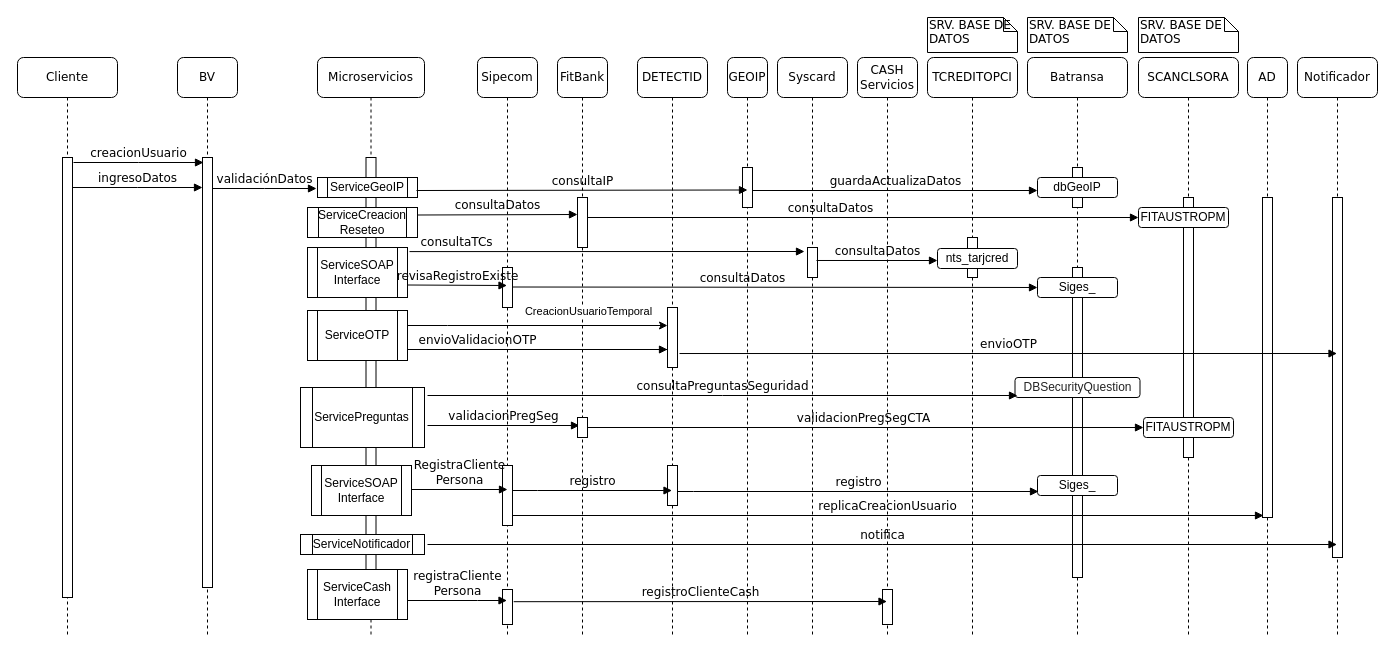
The draw.io diagram page "DiagramaSeqCreacion ONLY FIT" (4 of 12) of CreateUsrBVDiagram.drawio in davidguillermofg/Diagrams, before the edit. Source tidied: cells renumbered, new cells numbered last; positions are measured from the earlier drawing's top-left corner, leaving out a move shared by most shapes. Both pictures are drawn from the tidied source at 100%, with x=0, y=0 at pixel (17, 17).
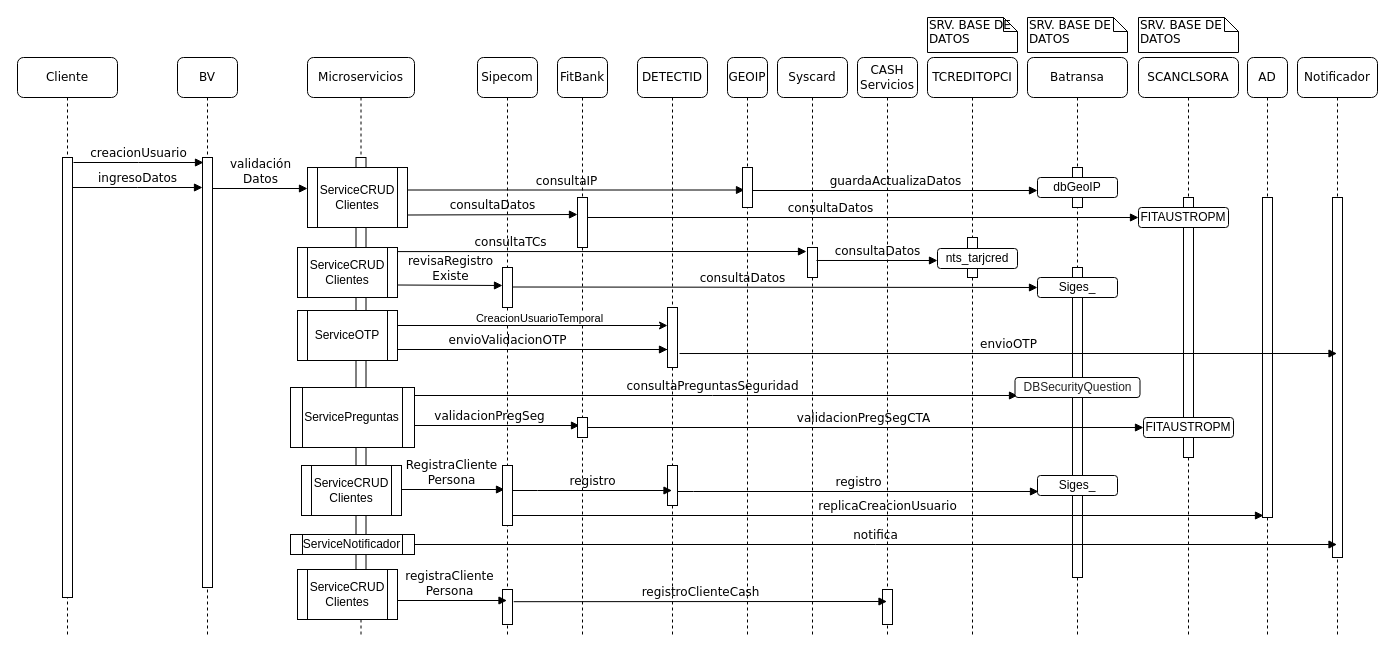
The same diagram, later.

The change refers to these unchanged cells:
```xml
<mxCell id="3" style="html=1;points=[];perimeter=orthogonalPerimeter;rounded=0;shadow=0;comic=0;labelBackgroundColor=none;strokeWidth=1;fontFamily=Verdana;fontSize=12;align=center;" parent="2" vertex="1">
  <mxGeometry x="25" y="100" width="10" height="430" as="geometry" />
</mxCell>
<mxCell id="9" value="ServiceOTP" style="shape=process;whiteSpace=wrap;html=1;backgroundOutline=1;" parent="4" vertex="1">
  <mxGeometry x="-10" y="253" width="100" height="50" as="geometry" />
</mxCell>
<mxCell id="12" style="html=1;points=[];perimeter=orthogonalPerimeter;rounded=0;shadow=0;comic=0;labelBackgroundColor=none;strokeWidth=1;fontFamily=Verdana;fontSize=12;align=center;" parent="11" vertex="1">
  <mxGeometry x="25" y="210" width="10" height="40" as="geometry" />
</mxCell>
<mxCell id="45" style="html=1;points=[];perimeter=orthogonalPerimeter;rounded=0;shadow=0;comic=0;labelBackgroundColor=none;strokeWidth=1;fontFamily=Verdana;fontSize=12;align=center;" parent="44" vertex="1">
  <mxGeometry x="30" y="190" width="10" height="30" as="geometry" />
</mxCell>
```

Diff of the diagram source:
```diff
@@
+    <mxCell id="47" value="consultaIP" style="html=1;verticalAlign=bottom;endArrow=block;labelBackgroundColor=none;fontFamily=Verdana;fontSize=12;edgeStyle=elbowEdgeStyle;elbow=vertical;rounded=0;exitX=0.99;exitY=0.65;exitDx=0;exitDy=0;exitPerimeter=0;" parent="1" edge="1">
+      <mxGeometry relative="1" as="geometry">
+        <mxPoint x="386" y="189" as="sourcePoint" />
+        <mxPoint x="727" y="173" as="targetPoint" />
+        <Array as="points">
+          <mxPoint x="357" y="172.5" />
+        </Array>
+      </mxGeometry>
+    </mxCell>
+    <mxCell id="72" value="RegistraCliente&lt;br&gt;Persona" style="html=1;verticalAlign=bottom;endArrow=block;labelBackgroundColor=none;fontFamily=Verdana;fontSize=12;edgeStyle=elbowEdgeStyle;elbow=vertical;rounded=0;exitX=1;exitY=0.5;exitDx=0;exitDy=0;" parent="1" edge="1">
+      <mxGeometry relative="1" as="geometry">
+        <mxPoint x="381" y="473" as="sourcePoint" />
+        <mxPoint x="487" y="472" as="targetPoint" />
+        <Array as="points">
+          <mxPoint x="397" y="472" />
+        </Array>
+      </mxGeometry>
+    </mxCell>
+    <mxCell id="59" value="validacionPregSeg" style="html=1;verticalAlign=bottom;endArrow=block;labelBackgroundColor=none;fontFamily=Verdana;fontSize=12;edgeStyle=elbowEdgeStyle;elbow=vertical;rounded=0;entryX=0.2;entryY=0.22;entryDx=0;entryDy=0;entryPerimeter=0;" parent="1" edge="1">
+      <mxGeometry relative="1" as="geometry">
+        <mxPoint x="390" y="400" as="sourcePoint" />
+        <mxPoint x="562" y="408.4" as="targetPoint" />
+        <Array as="points">
+          <mxPoint x="490" y="408" />
+        </Array>
+      </mxGeometry>
+    </mxCell>
+    <mxCell id="55" value="consultaPreguntasSeguridad" style="html=1;verticalAlign=bottom;endArrow=block;labelBackgroundColor=none;fontFamily=Verdana;fontSize=12;edgeStyle=elbowEdgeStyle;elbow=vertical;rounded=0;" parent="1" edge="1">
+      <mxGeometry relative="1" as="geometry">
+        <mxPoint x="390" y="378" as="sourcePoint" />
+        <mxPoint x="1000" y="378" as="targetPoint" />
+      </mxGeometry>
+    </mxCell>
+    <mxCell id="33" value="envioValidacionOTP" style="html=1;verticalAlign=bottom;endArrow=block;labelBackgroundColor=none;fontFamily=Verdana;fontSize=12;edgeStyle=elbowEdgeStyle;elbow=vertical;rounded=0;startArrow=none;" parent="1" edge="1">
+      <mxGeometry x="0.43" relative="1" as="geometry">
+        <mxPoint x="650" y="332" as="sourcePoint" />
+        <mxPoint x="650" y="332" as="targetPoint" />
+        <Array as="points">
+          <mxPoint x="370" y="332" />
+          <mxPoint x="560" y="342" />
+        </Array>
+      </mxGeometry>
+    </mxCell>
@@
     <mxCell id="4" value="Microservicios" style="shape=umlLifeline;perimeter=lifelinePerimeter;whiteSpace=wrap;html=1;rounded=1;shadow=0;comic=0;labelBackgroundColor=none;strokeWidth=1;fontFamily=Verdana;fontSize=12;align=center;" parent="1" vertex="1">
-      <mxGeometry x="300" y="40" width="107" height="580" as="geometry" />
+      <mxGeometry x="290" y="40" width="107" height="580" as="geometry" />
     </mxCell>
@@
-    <mxCell id="6" value="ServiceCreacion&lt;br&gt;Reseteo" style="shape=process;whiteSpace=wrap;html=1;backgroundOutline=1;" parent="4" vertex="1">
-      <mxGeometry x="-10" y="150" width="110" height="30" as="geometry" />
-    </mxCell>
-    <mxCell id="7" value="&lt;span&gt;ServiceGeoIP&lt;/span&gt;" style="shape=process;whiteSpace=wrap;html=1;backgroundOutline=1;" parent="4" vertex="1">
-      <mxGeometry y="120" width="100" height="20" as="geometry" />
+    <mxCell id="7" value="ServiceCRUD&lt;br&gt;Clientes" style="shape=process;whiteSpace=wrap;html=1;backgroundOutline=1;" parent="4" vertex="1">
+      <mxGeometry y="110" width="100" height="60" as="geometry" />
     </mxCell>
-    <mxCell id="8" value="ServiceSOAP&lt;br&gt;Interface" style="shape=process;whiteSpace=wrap;html=1;backgroundOutline=1;" parent="4" vertex="1">
+    <mxCell id="8" value="ServiceCRUD&lt;br&gt;Clientes" style="shape=process;whiteSpace=wrap;html=1;backgroundOutline=1;" parent="4" vertex="1">
       <mxGeometry x="-10" y="190" width="100" height="50" as="geometry" />
     </mxCell>
@@
-    <mxCell id="23" value="validaciónDatos" style="html=1;verticalAlign=bottom;endArrow=block;labelBackgroundColor=none;fontFamily=Verdana;fontSize=12;edgeStyle=elbowEdgeStyle;elbow=vertical;rounded=0;" parent="1" edge="1" source="3">
+    <mxCell id="23" value="validación&lt;br&gt;Datos" style="html=1;verticalAlign=bottom;endArrow=block;labelBackgroundColor=none;fontFamily=Verdana;fontSize=12;edgeStyle=elbowEdgeStyle;elbow=vertical;rounded=0;" parent="1" edge="1" source="3">
       <mxGeometry relative="1" as="geometry">
-        <mxPoint x="299" y="171" as="targetPoint" />
+        <mxPoint x="290" y="171" as="targetPoint" />
       </mxGeometry>
     </mxCell>
@@
-    <mxCell id="26" value="revisaRegistroExiste" style="html=1;verticalAlign=bottom;endArrow=block;labelBackgroundColor=none;fontFamily=Verdana;fontSize=12;edgeStyle=elbowEdgeStyle;elbow=vertical;rounded=0;exitX=1;exitY=0.75;exitDx=0;exitDy=0;" parent="1" edge="1">
+    <mxCell id="26" value="revisaRegistro&lt;br&gt;Existe" style="html=1;verticalAlign=bottom;endArrow=block;labelBackgroundColor=none;fontFamily=Verdana;fontSize=12;edgeStyle=elbowEdgeStyle;elbow=vertical;rounded=0;exitX=1;exitY=0.75;exitDx=0;exitDy=0;" parent="1" edge="1" target="12">
       <mxGeometry relative="1" as="geometry">
-        <mxPoint x="390" y="267.5" as="sourcePoint" />
-        <mxPoint x="489.5" y="268" as="targetPoint" />
+        <mxPoint x="380" y="267.5" as="sourcePoint" />
+        <Array as="points">
+          <mxPoint x="350" y="268" />
+        </Array>
       </mxGeometry>
     </mxCell>
@@
-    <mxCell id="33" value="envioValidacionOTP" style="html=1;verticalAlign=bottom;endArrow=block;labelBackgroundColor=none;fontFamily=Verdana;fontSize=12;edgeStyle=elbowEdgeStyle;elbow=vertical;rounded=0;startArrow=none;" parent="1" edge="1">
-      <mxGeometry x="0.27" relative="1" as="geometry">
-        <mxPoint x="650" y="332" as="sourcePoint" />
-        <mxPoint x="650" y="332" as="targetPoint" />
-        <Array as="points">
-          <mxPoint x="390" y="332" />
-          <mxPoint x="560" y="342" />
-        </Array>
-      </mxGeometry>
-    </mxCell>
@@
-    <mxCell id="47" value="consultaIP" style="html=1;verticalAlign=bottom;endArrow=block;labelBackgroundColor=none;fontFamily=Verdana;fontSize=12;edgeStyle=elbowEdgeStyle;elbow=vertical;rounded=0;exitX=0.99;exitY=0.65;exitDx=0;exitDy=0;exitPerimeter=0;" parent="1" edge="1" source="7">
-      <mxGeometry relative="1" as="geometry">
-        <mxPoint x="730" y="173" as="targetPoint" />
-        <Array as="points">
-          <mxPoint x="360" y="172.5" />
-        </Array>
-      </mxGeometry>
-    </mxCell>
-    <mxCell id="48" value="consultaDatos" style="html=1;verticalAlign=bottom;endArrow=block;labelBackgroundColor=none;fontFamily=Verdana;fontSize=12;edgeStyle=elbowEdgeStyle;elbow=vertical;rounded=0;exitX=1;exitY=0.25;exitDx=0;exitDy=0;" parent="1" edge="1" source="6">
+    <mxCell id="48" value="consultaDatos" style="html=1;verticalAlign=bottom;endArrow=block;labelBackgroundColor=none;fontFamily=Verdana;fontSize=12;edgeStyle=elbowEdgeStyle;elbow=vertical;rounded=0;exitX=1;exitY=0.25;exitDx=0;exitDy=0;" parent="1" edge="1">
       <mxGeometry relative="1" as="geometry">
+        <mxPoint x="390" y="197.5" as="sourcePoint" />
         <mxPoint x="560" y="197" as="targetPoint" />
       </mxGeometry>
     </mxCell>
-    <mxCell id="49" value="consultaTCs" style="html=1;verticalAlign=bottom;endArrow=block;labelBackgroundColor=none;fontFamily=Verdana;fontSize=12;edgeStyle=elbowEdgeStyle;elbow=vertical;rounded=0;exitX=1;exitY=0.129;exitDx=0;exitDy=0;exitPerimeter=0;" parent="1" edge="1">
-      <mxGeometry x="-0.76" relative="1" as="geometry">
-        <mxPoint x="392" y="234.1" as="sourcePoint" />
-        <mxPoint x="787" y="234" as="targetPoint" />
+    <mxCell id="49" value="consultaTCs" style="html=1;verticalAlign=bottom;endArrow=block;labelBackgroundColor=none;fontFamily=Verdana;fontSize=12;edgeStyle=elbowEdgeStyle;elbow=vertical;rounded=0;exitX=1;exitY=0.129;exitDx=0;exitDy=0;exitPerimeter=0;entryX=-0.1;entryY=0.133;entryDx=0;entryDy=0;entryPerimeter=0;" parent="1" edge="1" target="45">
+      <mxGeometry x="-0.45" relative="1" as="geometry">
+        <mxPoint x="380" y="234.1" as="sourcePoint" />
         <Array as="points">
-          <mxPoint x="355" y="234" />
+          <mxPoint x="338" y="234" />
         </Array>
       </mxGeometry>
     </mxCell>
@@
-    <mxCell id="55" value="consultaPreguntasSeguridad" style="html=1;verticalAlign=bottom;endArrow=block;labelBackgroundColor=none;fontFamily=Verdana;fontSize=12;edgeStyle=elbowEdgeStyle;elbow=vertical;rounded=0;" parent="1" edge="1">
-      <mxGeometry relative="1" as="geometry">
-        <mxPoint x="410" y="378" as="sourcePoint" />
-        <mxPoint x="1000" y="378" as="targetPoint" />
-      </mxGeometry>
-    </mxCell>
-    <mxCell id="56" style="html=1;verticalAlign=bottom;endArrow=classic;labelBackgroundColor=none;fontFamily=Verdana;fontSize=12;edgeStyle=elbowEdgeStyle;elbow=vertical;rounded=0;startArrow=none;startFill=0;endFill=1;" parent="1" edge="1">
+    <mxCell id="56" style="html=1;verticalAlign=bottom;endArrow=classic;labelBackgroundColor=none;fontFamily=Verdana;fontSize=12;edgeStyle=elbowEdgeStyle;elbow=vertical;rounded=0;startArrow=none;startFill=0;endFill=1;exitX=1;exitY=0.25;exitDx=0;exitDy=0;" parent="1" edge="1" source="9">
       <mxGeometry relative="1" as="geometry">
-        <mxPoint x="390" y="308" as="sourcePoint" />
         <mxPoint x="650" y="308" as="targetPoint" />
         <Array as="points">
           <mxPoint x="430" y="308" />
           <mxPoint x="500" y="302" />
         </Array>
       </mxGeometry>
     </mxCell>
     <mxCell id="57" value="CreacionUsuarioTemporal" style="edgeLabel;html=1;align=center;verticalAlign=middle;" parent="56" vertex="1">
       <mxGeometry x="-0.26" y="3" relative="1" as="geometry">
-        <mxPoint x="84" y="-12" as="offset" />
+        <mxPoint x="43" y="-5" as="offset" />
       </mxGeometry>
     </mxCell>
@@
-    <mxCell id="59" value="validacionPregSeg" style="html=1;verticalAlign=bottom;endArrow=block;labelBackgroundColor=none;fontFamily=Verdana;fontSize=12;edgeStyle=elbowEdgeStyle;elbow=vertical;rounded=0;entryX=0.2;entryY=0.22;entryDx=0;entryDy=0;entryPerimeter=0;" parent="1" edge="1">
-      <mxGeometry relative="1" as="geometry">
-        <mxPoint x="410" y="408" as="sourcePoint" />
-        <mxPoint x="562" y="408.4" as="targetPoint" />
-        <Array as="points">
-          <mxPoint x="490" y="408" />
-        </Array>
-      </mxGeometry>
-    </mxCell>
@@
-    <mxCell id="61" value="ServiceCash&lt;br&gt;Interface" style="shape=process;whiteSpace=wrap;html=1;backgroundOutline=1;" parent="1" vertex="1">
-      <mxGeometry x="290" y="552" width="100" height="50" as="geometry" />
+    <mxCell id="61" value="ServiceCRUD&lt;br&gt;Clientes" style="shape=process;whiteSpace=wrap;html=1;backgroundOutline=1;" parent="1" vertex="1">
+      <mxGeometry x="280" y="552" width="100" height="50" as="geometry" />
     </mxCell>
@@
-    <mxCell id="64" value="registraCliente&lt;br&gt;Persona" style="html=1;verticalAlign=bottom;endArrow=block;labelBackgroundColor=none;fontFamily=Verdana;fontSize=12;edgeStyle=elbowEdgeStyle;elbow=vertical;rounded=0;" parent="1" edge="1">
+    <mxCell id="64" value="registraCliente&lt;br&gt;Persona" style="html=1;verticalAlign=bottom;endArrow=block;labelBackgroundColor=none;fontFamily=Verdana;fontSize=12;edgeStyle=elbowEdgeStyle;elbow=vertical;rounded=0;exitX=1;exitY=0.5;exitDx=0;exitDy=0;" parent="1" edge="1" source="61">
       <mxGeometry relative="1" as="geometry">
-        <mxPoint x="390" y="583" as="sourcePoint" />
         <mxPoint x="489.5" y="583" as="targetPoint" />
         <Array as="points">
           <mxPoint x="460" y="583" />
         </Array>
       </mxGeometry>
     </mxCell>
@@
     <mxCell id="66" value="ServiceNotificador" style="shape=process;whiteSpace=wrap;html=1;backgroundOutline=1;" parent="1" vertex="1">
-      <mxGeometry x="283" y="517" width="124" height="20" as="geometry" />
+      <mxGeometry x="273" y="517" width="124" height="20" as="geometry" />
     </mxCell>
-    <mxCell id="67" value="notifica" style="html=1;verticalAlign=bottom;endArrow=block;labelBackgroundColor=none;fontFamily=Verdana;fontSize=12;edgeStyle=elbowEdgeStyle;elbow=vertical;rounded=0;" parent="1" edge="1">
+    <mxCell id="67" value="notifica" style="html=1;verticalAlign=bottom;endArrow=block;labelBackgroundColor=none;fontFamily=Verdana;fontSize=12;edgeStyle=elbowEdgeStyle;elbow=vertical;rounded=0;exitX=1;exitY=0.5;exitDx=0;exitDy=0;" parent="1" edge="1" source="66">
       <mxGeometry relative="1" as="geometry">
-        <mxPoint x="410" y="527" as="sourcePoint" />
         <mxPoint x="1319.5" y="527" as="targetPoint" />
       </mxGeometry>
     </mxCell>
-    <mxCell id="68" value="ServiceSOAP&lt;br&gt;Interface" style="shape=process;whiteSpace=wrap;html=1;backgroundOutline=1;" parent="1" vertex="1">
-      <mxGeometry x="294" y="448" width="100" height="50" as="geometry" />
+    <mxCell id="68" value="ServiceCRUD&lt;br&gt;Clientes" style="shape=process;whiteSpace=wrap;html=1;backgroundOutline=1;" parent="1" vertex="1">
+      <mxGeometry x="284" y="448" width="100" height="50" as="geometry" />
     </mxCell>
@@
-    <mxCell id="72" value="RegistraCliente&lt;br&gt;Persona" style="html=1;verticalAlign=bottom;endArrow=block;labelBackgroundColor=none;fontFamily=Verdana;fontSize=12;edgeStyle=elbowEdgeStyle;elbow=vertical;rounded=0;exitX=1;exitY=0.5;exitDx=0;exitDy=0;" parent="1" edge="1" source="68">
-      <mxGeometry relative="1" as="geometry">
-        <mxPoint x="490" y="472" as="targetPoint" />
-        <Array as="points">
-          <mxPoint x="400" y="472" />
-        </Array>
-      </mxGeometry>
-    </mxCell>
```
